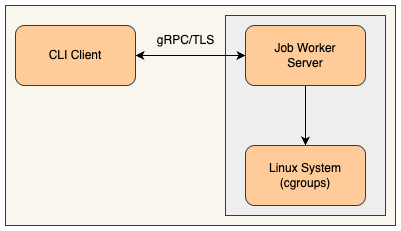
This is docs/job-worker-high-level.drawio.png from ehsaniara/job-worker, a draw.io export, as it was before one commit. Source tidied: cells renumbered, new cells last; positions are measured from the earlier drawing's top-left corner, leaving out a move shared by most shapes. Source of this version:
```xml
<mxGraphModel>
  <root>
    <mxCell id="0" />
    <mxCell id="1" parent="0" />
    <mxCell id="2" style="rounded=0;whiteSpace=wrap;html=1;fillColor=#f9f7ed;strokeColor=#36393d;fontColor=#000000;" parent="1" vertex="1">
      <mxGeometry width="390" height="220" as="geometry" />
    </mxCell>
    <mxCell id="3" style="rounded=0;whiteSpace=wrap;html=1;fillColor=#eeeeee;strokeColor=#36393d;fontColor=#000000;" parent="1" vertex="1">
      <mxGeometry x="220" y="10" width="160" height="200" as="geometry" />
    </mxCell>
    <mxCell id="4" value="CLI Client" style="rounded=1;whiteSpace=wrap;html=1;fillColor=#ffcc99;strokeColor=#36393d;fontColor=#000000;" parent="1" vertex="1">
      <mxGeometry x="10" y="20" width="120" height="60" as="geometry" />
    </mxCell>
    <mxCell id="5" style="edgeStyle=orthogonalEdgeStyle;rounded=0;jettySize=auto;html=1;fontColor=#000000;strokeColor=#000000;" parent="1" edge="1" source="6" target="7">
      <mxGeometry relative="1" as="geometry" />
    </mxCell>
    <mxCell id="6" value="Job Worker&lt;div&gt;Server&lt;/div&gt;" style="rounded=1;whiteSpace=wrap;html=1;fillColor=#ffcc99;strokeColor=#36393d;fontColor=#000000;" parent="1" vertex="1">
      <mxGeometry x="240" y="20" width="120" height="60" as="geometry" />
    </mxCell>
    <mxCell id="7" value="Linux System&lt;div&gt;(cgroups)&lt;/div&gt;" style="rounded=1;whiteSpace=wrap;html=1;fillColor=#ffcc99;strokeColor=#36393d;fontColor=#000000;" parent="1" vertex="1">
      <mxGeometry x="240" y="140" width="120" height="60" as="geometry" />
    </mxCell>
    <mxCell id="8" style="endArrow=classic;startArrow=classic;html=1;rounded=0;exitX=1;exitY=0.5;exitDx=0;exitDy=0;entryX=0;entryY=0.5;entryDx=0;entryDy=0;strokeColor=#000000;" parent="1" edge="1" source="4" target="6">
      <mxGeometry relative="1" as="geometry" />
    </mxCell>
    <mxCell id="9" value="gRPC/TLS" style="text;html=1;align=center;verticalAlign=middle;strokeColor=none;fillColor=none;fontColor=#000000;" parent="1" vertex="1">
      <mxGeometry x="140" y="20" width="80" height="30" as="geometry" />
    </mxCell>
  </root>
</mxGraphModel>
```
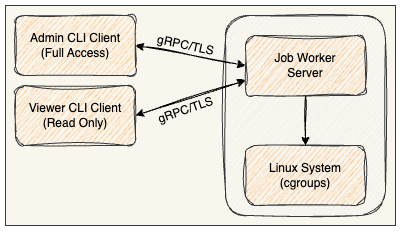
The same file after the commit.

Change to the diagram source:
```diff
@@ -5,26 +5,35 @@
     <mxCell id="2" style="rounded=0;whiteSpace=wrap;html=1;fillColor=#f9f7ed;strokeColor=#36393d;fontColor=#000000;" parent="1" vertex="1">
       <mxGeometry width="390" height="220" as="geometry" />
     </mxCell>
-    <mxCell id="3" style="rounded=0;whiteSpace=wrap;html=1;fillColor=#eeeeee;strokeColor=#36393d;fontColor=#000000;" parent="1" vertex="1">
+    <mxCell id="3" style="rounded=1;whiteSpace=wrap;html=1;fillColor=#eeeeee;strokeColor=#36393d;fontColor=#000000;glass=0;sketch=1;curveFitting=1;jiggle=2;shadow=0;" parent="1" vertex="1">
       <mxGeometry x="220" y="10" width="160" height="200" as="geometry" />
     </mxCell>
-    <mxCell id="4" value="CLI Client" style="rounded=1;whiteSpace=wrap;html=1;fillColor=#ffcc99;strokeColor=#36393d;fontColor=#000000;" parent="1" vertex="1">
-      <mxGeometry x="10" y="20" width="120" height="60" as="geometry" />
+    <mxCell id="4" value="&lt;font style=&quot;color: rgb(0, 0, 0);&quot;&gt;Admin CLI Client&lt;/font&gt;&lt;div&gt;&lt;font style=&quot;color: rgb(0, 0, 0);&quot;&gt;(Full Access)&lt;/font&gt;&lt;/div&gt;" style="rounded=1;whiteSpace=wrap;html=1;fillColor=#ffcc99;strokeColor=#36393d;fontColor=#000000;sketch=1;curveFitting=1;jiggle=2;" parent="1" vertex="1">
+      <mxGeometry x="10" y="10" width="120" height="60" as="geometry" />
     </mxCell>
-    <mxCell id="5" style="edgeStyle=orthogonalEdgeStyle;rounded=0;jettySize=auto;html=1;fontColor=#000000;strokeColor=#000000;" parent="1" edge="1" source="6" target="7">
+    <mxCell id="5" style="edgeStyle=orthogonalEdgeStyle;rounded=0;jettySize=auto;html=1;fontColor=#000000;strokeColor=#000000;shadow=0;sketch=1;curveFitting=1;jiggle=2;" parent="1" edge="1" source="6" target="7">
       <mxGeometry relative="1" as="geometry" />
     </mxCell>
-    <mxCell id="6" value="Job Worker&lt;div&gt;Server&lt;/div&gt;" style="rounded=1;whiteSpace=wrap;html=1;fillColor=#ffcc99;strokeColor=#36393d;fontColor=#000000;" parent="1" vertex="1">
-      <mxGeometry x="240" y="20" width="120" height="60" as="geometry" />
+    <mxCell id="6" value="Job Worker&lt;div&gt;Server&lt;/div&gt;" style="rounded=1;whiteSpace=wrap;html=1;fillColor=#ffcc99;strokeColor=#36393d;fontColor=#000000;sketch=1;curveFitting=1;jiggle=2;" parent="1" vertex="1">
+      <mxGeometry x="240" y="30" width="120" height="60" as="geometry" />
     </mxCell>
-    <mxCell id="7" value="Linux System&lt;div&gt;(cgroups)&lt;/div&gt;" style="rounded=1;whiteSpace=wrap;html=1;fillColor=#ffcc99;strokeColor=#36393d;fontColor=#000000;" parent="1" vertex="1">
+    <mxCell id="7" value="Linux System&lt;div&gt;(cgroups)&lt;/div&gt;" style="rounded=1;whiteSpace=wrap;html=1;fillColor=#ffcc99;strokeColor=#36393d;fontColor=#000000;sketch=1;curveFitting=1;jiggle=2;" parent="1" vertex="1">
       <mxGeometry x="240" y="140" width="120" height="60" as="geometry" />
     </mxCell>
-    <mxCell id="8" style="endArrow=classic;startArrow=classic;html=1;rounded=0;exitX=1;exitY=0.5;exitDx=0;exitDy=0;entryX=0;entryY=0.5;entryDx=0;entryDy=0;strokeColor=#000000;" parent="1" edge="1" source="4" target="6">
+    <mxCell id="8" style="endArrow=classic;startArrow=classic;html=1;rounded=0;exitX=1;exitY=0.5;exitDx=0;exitDy=0;entryX=0;entryY=0.5;entryDx=0;entryDy=0;strokeColor=#000000;shadow=0;sketch=1;curveFitting=1;jiggle=2;" parent="1" edge="1" source="4" target="6">
       <mxGeometry relative="1" as="geometry" />
     </mxCell>
-    <mxCell id="9" value="gRPC/TLS" style="text;html=1;align=center;verticalAlign=middle;strokeColor=none;fillColor=none;fontColor=#000000;" parent="1" vertex="1">
-      <mxGeometry x="140" y="20" width="80" height="30" as="geometry" />
+    <mxCell id="9" value="gRPC/TLS" style="text;html=1;align=center;verticalAlign=middle;strokeColor=none;fillColor=none;fontColor=#000000;rotation=12;" parent="1" vertex="1">
+      <mxGeometry x="140" y="25" width="80" height="30" as="geometry" />
     </mxCell>
+    <mxCell id="10" value="&lt;font style=&quot;color: rgb(0, 0, 0);&quot;&gt;Viewer CLI Client&lt;/font&gt;&lt;div&gt;&lt;font style=&quot;color: rgb(0, 0, 0);&quot;&gt;(Read Only)&lt;/font&gt;&lt;/div&gt;" style="rounded=1;whiteSpace=wrap;html=1;fillColor=#ffcc99;strokeColor=#36393d;fontColor=#000000;sketch=1;curveFitting=1;jiggle=2;" parent="1" vertex="1">
+      <mxGeometry x="10" y="80" width="120" height="60" as="geometry" />
+    </mxCell>
+    <mxCell id="11" value="gRPC/TLS" style="text;html=1;align=center;verticalAlign=middle;strokeColor=none;fillColor=none;fontColor=#000000;rotation=-19;" parent="1" vertex="1">
+      <mxGeometry x="140" y="90" width="80" height="30" as="geometry" />
+    </mxCell>
+    <mxCell id="12" style="endArrow=classic;startArrow=classic;html=1;rounded=0;exitX=1;exitY=0.5;exitDx=0;exitDy=0;entryX=0;entryY=0.75;entryDx=0;entryDy=0;strokeColor=#000000;shadow=0;sketch=1;curveFitting=1;jiggle=2;" parent="1" edge="1" source="10" target="6">
+      <mxGeometry relative="1" as="geometry" />
+    </mxCell>
   </root>
 </mxGraphModel>
```
